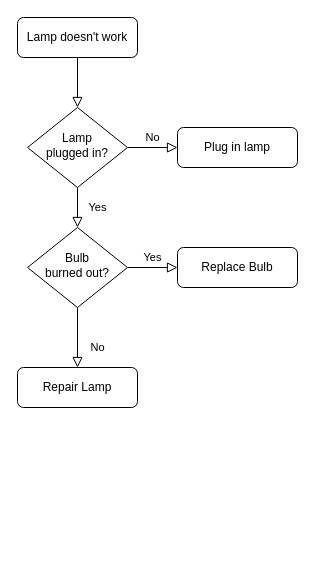
Above: Untitled Diagram.drawio in p1052/personal (draw.io), before the change. Source tidied: cells renumbered, new cells numbered last; positions are measured from the earlier drawing's top-left corner, leaving out a move shared by most shapes. Both pictures are drawn from the tidied source at 100%, with x=0, y=0 at pixel (17, 17).
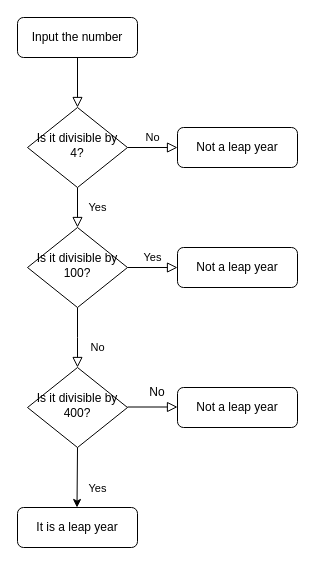
Above is the later version.

Diff of the diagram source:
```diff
@@
-    <mxCell id="3" value="Lamp doesn't work" style="rounded=1;whiteSpace=wrap;html=1;fontSize=12;glass=0;strokeWidth=1;shadow=0;" parent="1" vertex="1">
+    <mxCell id="3" value="Input the number" style="rounded=1;whiteSpace=wrap;html=1;fontSize=12;glass=0;strokeWidth=1;shadow=0;" parent="1" vertex="1">
       <mxGeometry width="120" height="40" as="geometry" />
     </mxCell>
@@
-    <mxCell id="6" value="Lamp&lt;br&gt;plugged in?" style="rhombus;whiteSpace=wrap;html=1;shadow=0;fontFamily=Helvetica;fontSize=12;align=center;strokeWidth=1;spacing=6;spacingTop=-4;" parent="1" vertex="1">
+    <mxCell id="6" value="Is it divisible by 4?" style="rhombus;whiteSpace=wrap;html=1;shadow=0;fontFamily=Helvetica;fontSize=12;align=center;strokeWidth=1;spacing=6;spacingTop=-4;" parent="1" vertex="1">
       <mxGeometry x="10" y="90" width="100" height="80" as="geometry" />
     </mxCell>
-    <mxCell id="7" value="Plug in lamp" style="rounded=1;whiteSpace=wrap;html=1;fontSize=12;glass=0;strokeWidth=1;shadow=0;" parent="1" vertex="1">
+    <mxCell id="7" value="Not a leap year" style="rounded=1;whiteSpace=wrap;html=1;fontSize=12;glass=0;strokeWidth=1;shadow=0;" parent="1" vertex="1">
       <mxGeometry x="160" y="110" width="120" height="40" as="geometry" />
     </mxCell>
-    <mxCell id="8" value="No" style="rounded=0;html=1;jettySize=auto;fontSize=11;endArrow=block;endFill=0;endSize=8;strokeWidth=1;shadow=0;labelBackgroundColor=none;edgeStyle=orthogonalEdgeStyle;" parent="1" edge="1" source="10" target="11">
-      <mxGeometry x="0.33" y="20" relative="1" as="geometry" />
+    <mxCell id="8" value="No" style="rounded=0;html=1;jettySize=auto;fontSize=11;endArrow=block;endFill=0;endSize=8;strokeWidth=1;shadow=0;labelBackgroundColor=none;edgeStyle=orthogonalEdgeStyle;" parent="1" edge="1" source="10">
+      <mxGeometry x="0.33" y="20" relative="1" as="geometry">
+        <mxPoint x="60" y="350" as="targetPoint" />
+      </mxGeometry>
     </mxCell>
@@
-    <mxCell id="10" value="Bulb&lt;br&gt;burned out?" style="rhombus;whiteSpace=wrap;html=1;shadow=0;fontFamily=Helvetica;fontSize=12;align=center;strokeWidth=1;spacing=6;spacingTop=-4;" parent="1" vertex="1">
+    <mxCell id="10" value="Is it divisible by 100?" style="rhombus;whiteSpace=wrap;html=1;shadow=0;fontFamily=Helvetica;fontSize=12;align=center;strokeWidth=1;spacing=6;spacingTop=-4;" parent="1" vertex="1">
       <mxGeometry x="10" y="210" width="100" height="80" as="geometry" />
     </mxCell>
-    <mxCell id="11" value="Repair Lamp" style="rounded=1;whiteSpace=wrap;html=1;fontSize=12;glass=0;strokeWidth=1;shadow=0;" parent="1" vertex="1">
-      <mxGeometry y="350" width="120" height="40" as="geometry" />
-    </mxCell>
-    <mxCell id="12" value="Replace Bulb" style="rounded=1;whiteSpace=wrap;html=1;fontSize=12;glass=0;strokeWidth=1;shadow=0;" parent="1" vertex="1">
+    <mxCell id="12" value="Not a leap year" style="rounded=1;whiteSpace=wrap;html=1;fontSize=12;glass=0;strokeWidth=1;shadow=0;" parent="1" vertex="1">
       <mxGeometry x="160" y="230" width="120" height="40" as="geometry" />
     </mxCell>
+    <mxCell id="13" value="Is it divisible by 400?" style="rhombus;whiteSpace=wrap;html=1;shadow=0;fontFamily=Helvetica;fontSize=12;align=center;strokeWidth=1;spacing=6;spacingTop=-4;" parent="1" vertex="1">
+      <mxGeometry x="10" y="350" width="100" height="80" as="geometry" />
+    </mxCell>
+    <mxCell id="14" value="It is a leap year" style="rounded=1;whiteSpace=wrap;html=1;fontSize=12;glass=0;strokeWidth=1;shadow=0;" parent="1" vertex="1">
+      <mxGeometry y="490" width="120" height="40" as="geometry" />
+    </mxCell>
+    <mxCell id="15" value="Not a leap year" style="rounded=1;whiteSpace=wrap;html=1;fontSize=12;glass=0;strokeWidth=1;shadow=0;" parent="1" vertex="1">
+      <mxGeometry x="160" y="370" width="120" height="40" as="geometry" />
+    </mxCell>
+    <mxCell id="16" value="Yes" style="edgeStyle=orthogonalEdgeStyle;rounded=0;html=1;jettySize=auto;orthogonalLoop=1;fontSize=11;endArrow=block;endFill=0;endSize=8;strokeWidth=1;shadow=0;labelBackgroundColor=none;" parent="1" edge="1">
+      <mxGeometry x="-1" y="-86" relative="1" as="geometry">
+        <mxPoint x="110" y="389.5" as="sourcePoint" />
+        <mxPoint x="160" y="389.5" as="targetPoint" />
+        <mxPoint x="-30" y="-5" as="offset" />
+      </mxGeometry>
+    </mxCell>
+    <mxCell id="17" style="endArrow=classic;html=1;rounded=0;" parent="1" edge="1">
+      <mxGeometry relative="1" as="geometry">
+        <mxPoint x="60" y="430" as="sourcePoint" />
+        <mxPoint x="59.5" y="490" as="targetPoint" />
+      </mxGeometry>
+    </mxCell>
+    <mxCell id="18" value="No" style="text;html=1;strokeColor=none;fillColor=none;align=center;verticalAlign=middle;whiteSpace=wrap;rounded=0;" parent="1" vertex="1">
+      <mxGeometry x="130" y="370" width="20" height="10" as="geometry" />
+    </mxCell>
```
